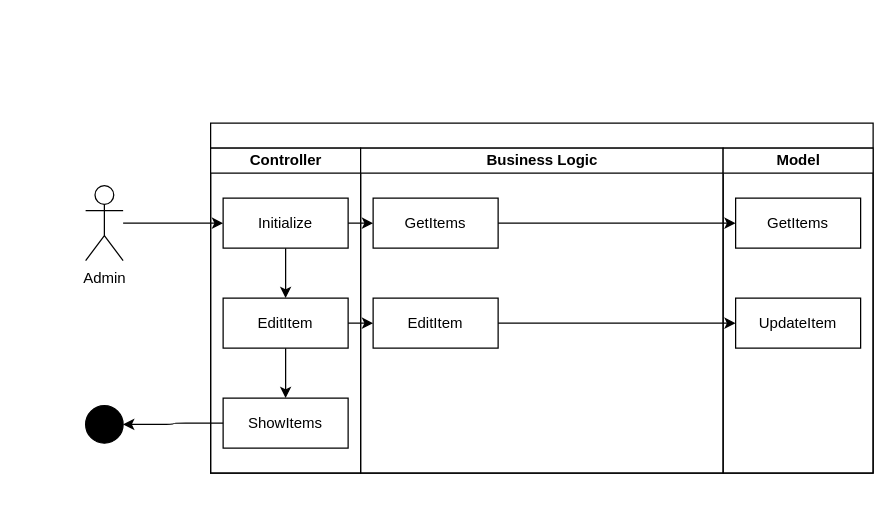
Earlier version of the draw.io diagram diagrams/ASD/EditItem.drawio (JochemGrootherder/educom-webshop-runtime-records). Source tidied: cells renumbered, new cells numbered last; positions are measured from the earlier drawing's top-left corner, leaving out a move shared by most shapes. Both pictures are drawn from the tidied source at 125%, with x=0, y=0 at pixel (85, 122).
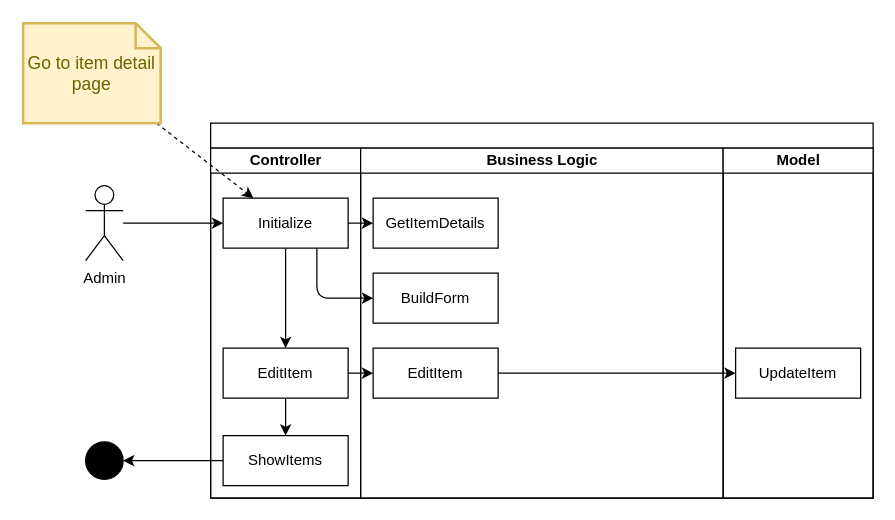
After the change.

Unchanged cells that the change refers to:
```xml
<mxCell id="5" value="Initialize" style="rounded=0;whiteSpace=wrap;html=1;" parent="3" vertex="1">
  <mxGeometry x="10" y="40" width="100" height="40" as="geometry" />
</mxCell>
```

The edit, as a diff of the source:
```diff
@@
     <mxCell id="2" style="swimlane;startSize=20;html=1;" parent="1" vertex="1">
-      <mxGeometry x="100" width="530" height="280" as="geometry" />
+      <mxGeometry x="100" width="530" height="300" as="geometry" />
     </mxCell>
     <mxCell id="3" value="Controller" style="swimlane;startSize=20;html=1;" parent="2" vertex="1">
-      <mxGeometry y="20" width="120" height="260" as="geometry" />
+      <mxGeometry y="20" width="120" height="280" as="geometry" />
     </mxCell>
@@
     <mxCell id="7" value="EditItem" style="rounded=0;whiteSpace=wrap;html=1;" parent="3" vertex="1">
-      <mxGeometry x="10" y="120" width="100" height="40" as="geometry" />
+      <mxGeometry x="10" y="160" width="100" height="40" as="geometry" />
     </mxCell>
     <mxCell id="8" value="ShowItems" style="rounded=0;whiteSpace=wrap;html=1;" parent="3" vertex="1">
-      <mxGeometry x="10" y="200" width="100" height="40" as="geometry" />
+      <mxGeometry x="10" y="230" width="100" height="40" as="geometry" />
     </mxCell>
     <mxCell id="9" value="Business Logic" style="swimlane;startSize=20;html=1;" parent="2" vertex="1">
-      <mxGeometry x="120" y="20" width="290" height="260" as="geometry" />
+      <mxGeometry x="120" y="20" width="290" height="280" as="geometry" />
     </mxCell>
     <mxCell id="10" value="EditItem" style="rounded=0;whiteSpace=wrap;html=1;" parent="9" vertex="1">
-      <mxGeometry x="10" y="120" width="100" height="40" as="geometry" />
+      <mxGeometry x="10" y="160" width="100" height="40" as="geometry" />
     </mxCell>
-    <mxCell id="11" value="GetItems" style="rounded=0;whiteSpace=wrap;html=1;" parent="9" vertex="1">
+    <mxCell id="11" value="GetItemDetails" style="rounded=0;whiteSpace=wrap;html=1;" parent="9" vertex="1">
       <mxGeometry x="10" y="40" width="100" height="40" as="geometry" />
     </mxCell>
+    <mxCell id="23" value="BuildForm" style="rounded=0;whiteSpace=wrap;html=1;" parent="9" vertex="1">
+      <mxGeometry x="10" y="100" width="100" height="40" as="geometry" />
+    </mxCell>
     <mxCell id="12" value="Model" style="swimlane;startSize=20;html=1;" parent="2" vertex="1">
-      <mxGeometry x="410" y="20" width="120" height="260" as="geometry" />
+      <mxGeometry x="410" y="20" width="120" height="280" as="geometry" />
     </mxCell>
     <mxCell id="13" value="UpdateItem" style="rounded=0;whiteSpace=wrap;html=1;" parent="12" vertex="1">
-      <mxGeometry x="10" y="120" width="100" height="40" as="geometry" />
+      <mxGeometry x="10" y="160" width="100" height="40" as="geometry" />
     </mxCell>
-    <mxCell id="14" value="GetItems" style="rounded=0;whiteSpace=wrap;html=1;" parent="12" vertex="1">
-      <mxGeometry x="10" y="40" width="100" height="40" as="geometry" />
-    </mxCell>
@@
-    <mxCell id="18" style="edgeStyle=none;html=1;" parent="2" edge="1" source="11" target="14">
-      <mxGeometry relative="1" as="geometry" />
-    </mxCell>
+    <mxCell id="24" style="edgeStyle=orthogonalEdgeStyle;html=1;exitX=0.75;exitY=1;exitDx=0;exitDy=0;" parent="2" edge="1" source="5" target="23">
+      <mxGeometry relative="1" as="geometry">
+        <Array as="points">
+          <mxPoint x="85" y="140" />
+        </Array>
+      </mxGeometry>
+    </mxCell>
@@
     <mxCell id="21" style="ellipse;fillColor=strokeColor;fontSize=15;" parent="1" vertex="1">
-      <mxGeometry y="226" width="30" height="30" as="geometry" />
+      <mxGeometry y="255" width="30" height="30" as="geometry" />
     </mxCell>
@@
+    <mxCell id="25" style="edgeStyle=none;html=1;dashed=1;" parent="1" edge="1" source="18" target="5">
+      <mxGeometry relative="1" as="geometry" />
+    </mxCell>
+    <mxCell id="18" value="Go to item detail page" style="shape=note;strokeWidth=2;fontSize=14;size=20;whiteSpace=wrap;html=1;fillColor=#fff2cc;strokeColor=#d6b656;fontColor=#666600;" parent="1" vertex="1">
+      <mxGeometry x="-50" y="-80" width="110" height="80" as="geometry" />
+    </mxCell>
```
